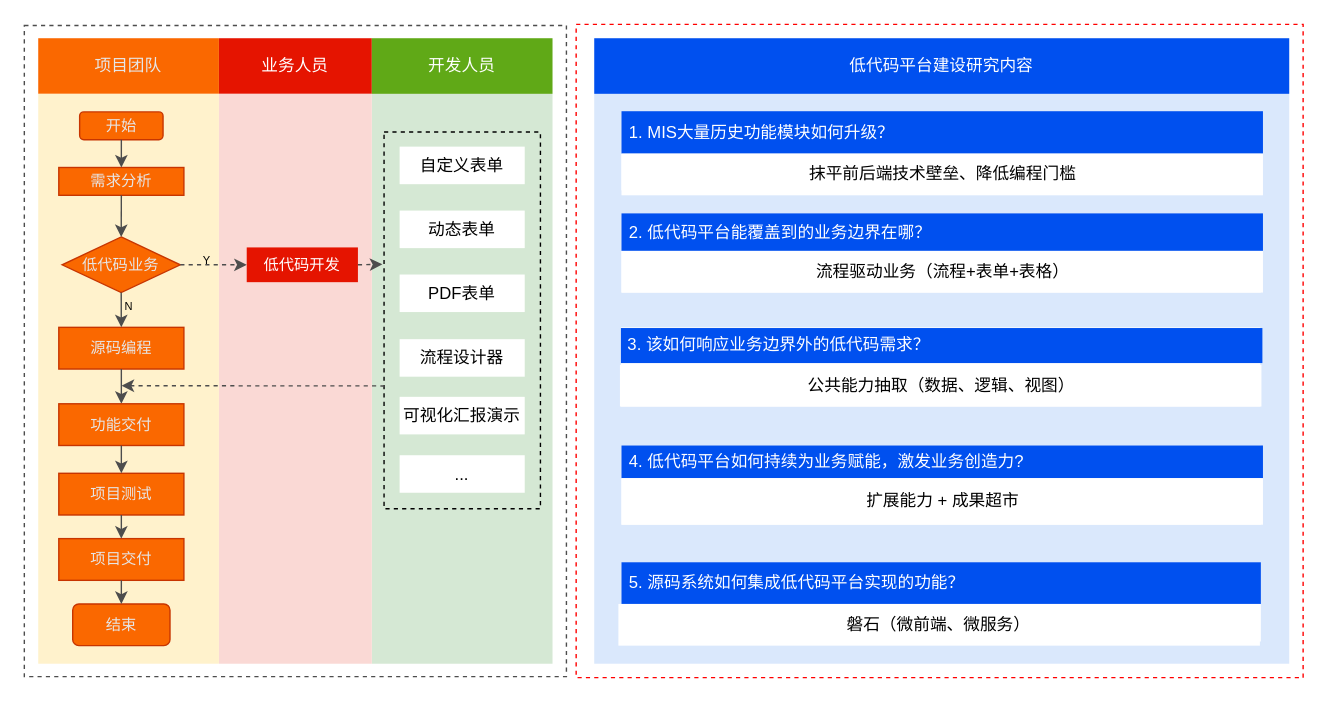
Before: 低代码—研究内容——新版.drawio in tangyaosimida/love, a draw.io diagram. Source tidied: cells renumbered, new cells numbered last; positions are measured from the earlier drawing's top-left corner, leaving out a move shared by most shapes. Both pictures are drawn from the tidied source at 139%, with x=0, y=0 at pixel (24, 24).
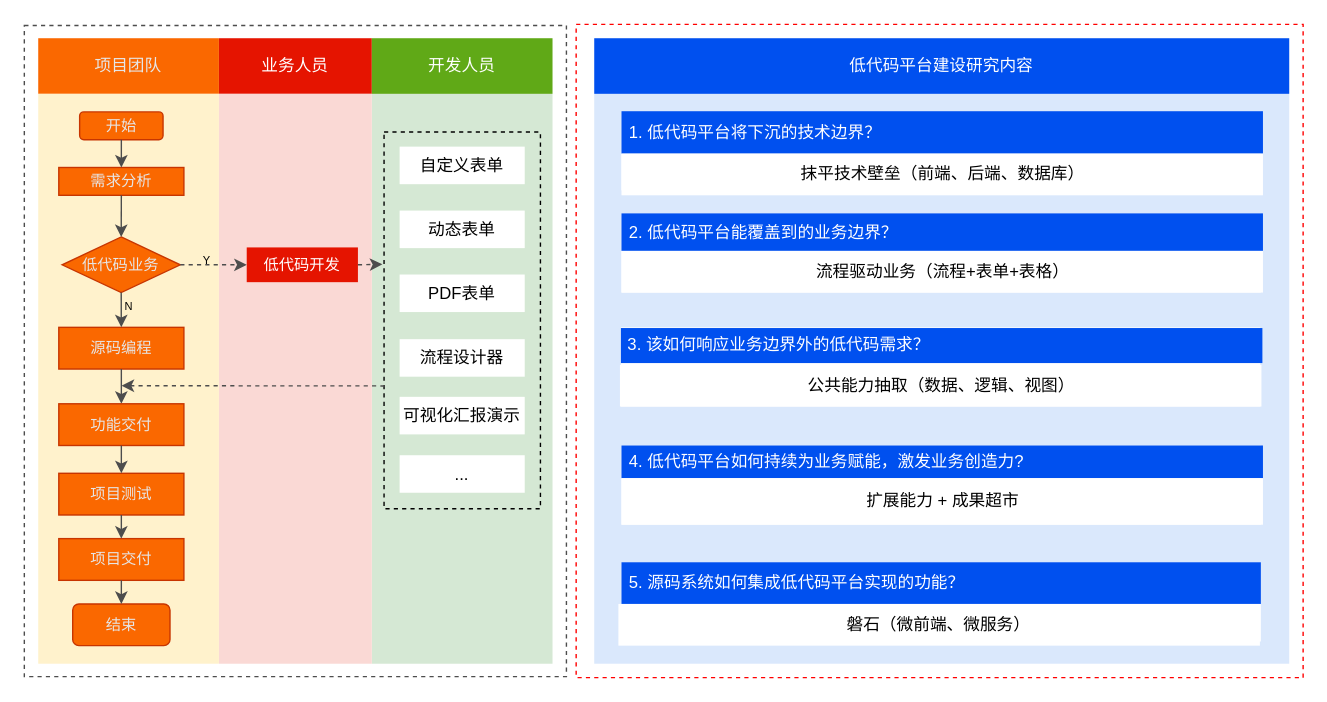
Above is the later version.

Commit message:
更新低代码—研究内容——新版.drawio

Diff of the diagram source:
```diff
@@
-    <mxCell id="45" value="&amp;nbsp;2. 低代码平台能覆盖到的业务边界在哪？" style="rounded=0;whiteSpace=wrap;html=1;fillColor=#0050ef;fontColor=#ffffff;strokeColor=none;align=left;" parent="1" vertex="1">
+    <mxCell id="45" value="&amp;nbsp;2. 低代码平台能覆盖到的业务边界？" style="rounded=0;whiteSpace=wrap;html=1;fillColor=#0050ef;fontColor=#ffffff;strokeColor=none;align=left;" parent="1" vertex="1">
       <mxGeometry x="429.6" y="136" width="461.5" height="27" as="geometry" />
     </mxCell>
@@
-    <mxCell id="48" value="&amp;nbsp;1. MIS大量历史功能模块如何升级？" style="rounded=0;whiteSpace=wrap;html=1;fillColor=#0050ef;fontColor=#ffffff;strokeColor=none;align=left;" parent="1" vertex="1">
+    <mxCell id="48" value="&amp;nbsp;1. 低代码平台将下沉的技术边界？" style="rounded=0;whiteSpace=wrap;html=1;fillColor=#0050ef;fontColor=#ffffff;strokeColor=none;align=left;" parent="1" vertex="1">
       <mxGeometry x="429.6" y="62.5" width="461.5" height="30.5" as="geometry" />
     </mxCell>
@@
-    <mxCell id="53" value="抹平前后端技术壁垒、降低编程门槛" style="rounded=0;whiteSpace=wrap;html=1;align=center;strokeColor=none;" parent="1" vertex="1">
+    <mxCell id="53" value="抹平技术壁垒（前端、后端、数据库）" style="rounded=0;whiteSpace=wrap;html=1;align=center;strokeColor=none;" parent="1" vertex="1">
       <mxGeometry x="429.6" y="93" width="461.5" height="30" as="geometry" />
     </mxCell>
```
